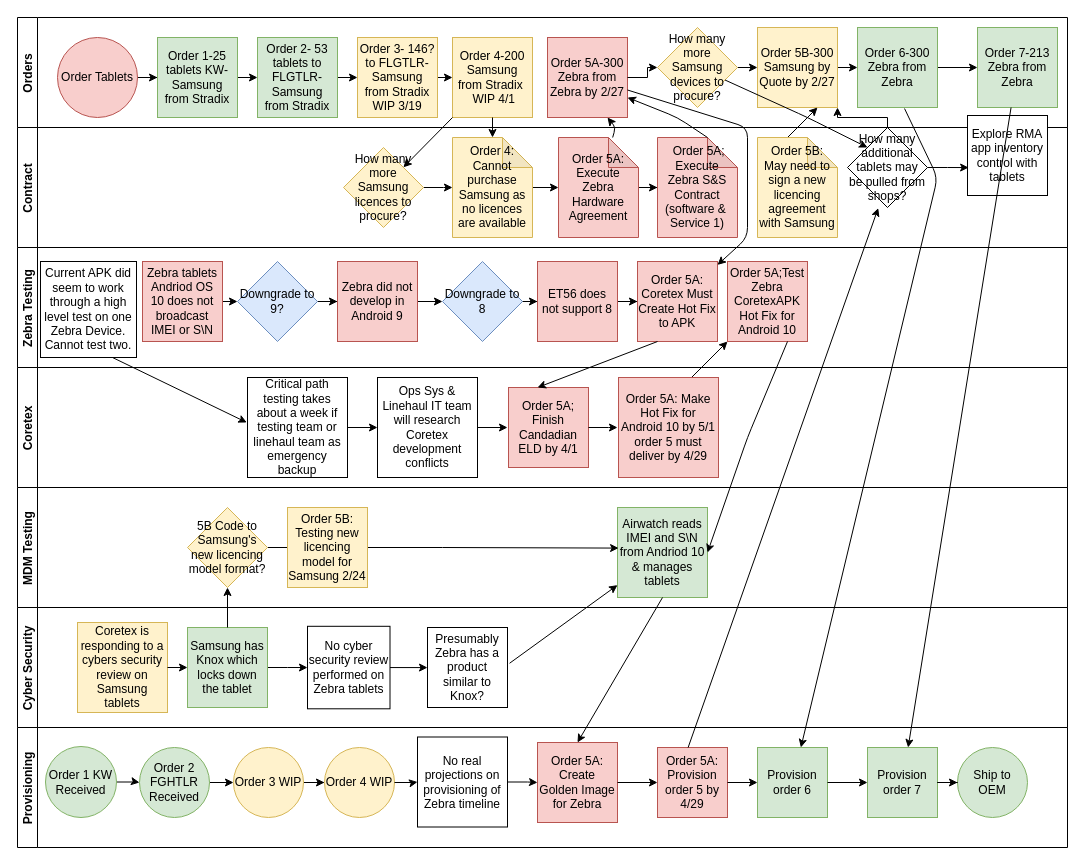
Above: Tablet Orders.drawio in RustyTruck/plc4trucksduck (draw.io), before the change. Source tidied: cells renumbered, new cells numbered last; positions are measured from the earlier drawing's top-left corner, leaving out a move shared by most shapes. Both pictures are drawn from the tidied source at 100%, with x=0, y=0 at pixel (17, 17).
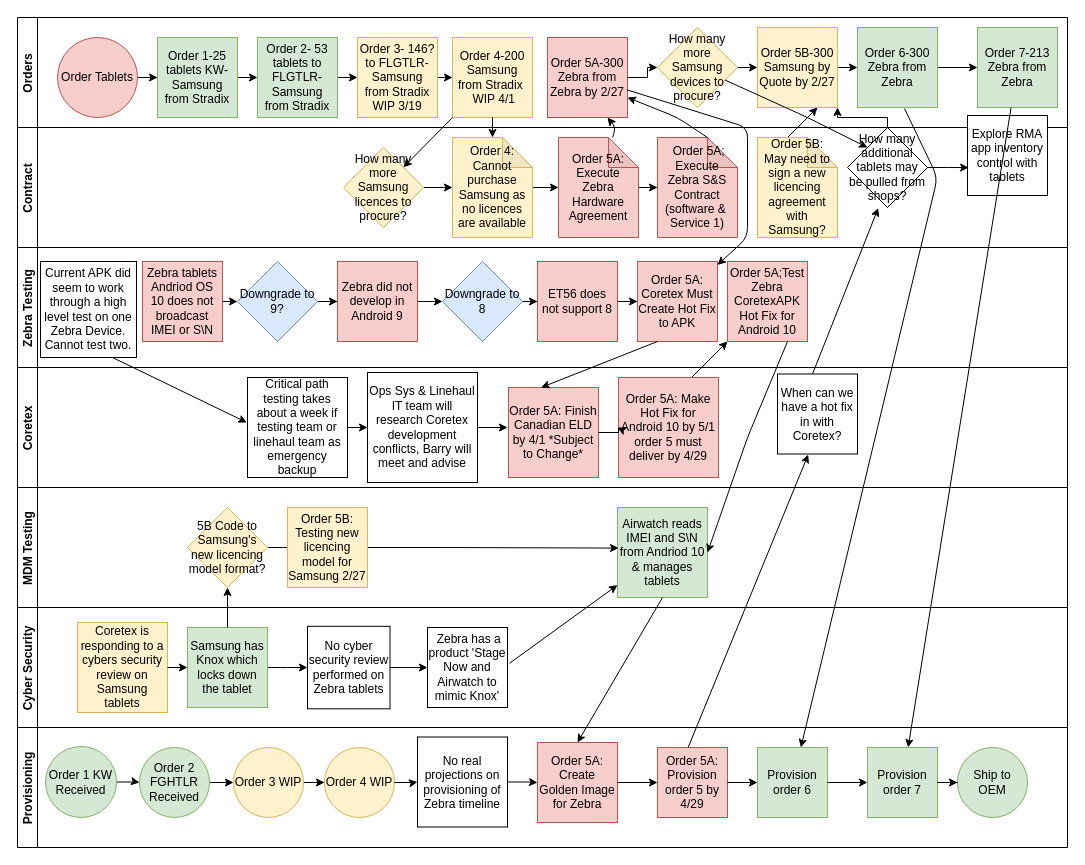
Above is the later version.

Unchanged cells that the change refers to:
```xml
<mxCell id="37" value="Contract" style="swimlane;startSize=20;horizontal=0;rounded=0;" parent="1" vertex="1">
  <mxGeometry y="110" width="1050" height="120" as="geometry" />
</mxCell>
<mxCell id="47" value="How many additional tablets may be pulled from shops?" style="rhombus;whiteSpace=wrap;html=1;" parent="37" vertex="1">
  <mxGeometry x="830" width="80" height="80" as="geometry" />
</mxCell>
<mxCell id="50" value="Coretex" style="swimlane;startSize=20;horizontal=0;rounded=0;swimlaneLine=1;" parent="1" vertex="1">
  <mxGeometry y="350" width="1050" height="120" as="geometry" />
</mxCell>
<mxCell id="56" value="Cyber Security" style="swimlane;startSize=20;horizontal=0;" parent="1" vertex="1">
  <mxGeometry y="590" width="1050" height="120" as="geometry" />
</mxCell>
<mxCell id="64" value="MDM Testing" style="swimlane;startSize=20;horizontal=0;" parent="1" vertex="1">
  <mxGeometry y="470" width="1050" height="120" as="geometry" />
</mxCell>
<mxCell id="78" value="Order 5A: Provision order 5 by 4/29" style="whiteSpace=wrap;html=1;rounded=0;fillColor=#f8cecc;strokeColor=#b85450;" parent="76" vertex="1">
  <mxGeometry x="640" y="20" width="70" height="70" as="geometry" />
</mxCell>
```

Change to the diagram source:
```diff
@@
-    <mxCell id="48" value="Order 5B: May need to sign a new licencing agreement with Samsung" style="shape=note;whiteSpace=wrap;html=1;backgroundOutline=1;darkOpacity=0.05;rounded=0;fillColor=#fff2cc;strokeColor=#d6b656;" parent="37" vertex="1">
+    <mxCell id="48" value="Order 5B: May need to sign a new licencing agreement with Samsung?" style="shape=note;whiteSpace=wrap;html=1;backgroundOutline=1;darkOpacity=0.05;rounded=0;fillColor=#fff2cc;strokeColor=#d6b656;" parent="37" vertex="1">
       <mxGeometry x="740" y="10" width="80" height="100" as="geometry" />
     </mxCell>
@@
-    <mxCell id="51" value="Order 5A; Finish Candadian ELD by 4/1" style="whiteSpace=wrap;html=1;rounded=0;fillColor=#f8cecc;strokeColor=#b85450;" parent="50" vertex="1">
-      <mxGeometry x="491" y="20" width="80" height="80" as="geometry" />
+    <mxCell id="51" value="Order 5A: Finish Canadian ELD by 4/1 *Subject to Change*" style="whiteSpace=wrap;html=1;rounded=0;fillColor=#f8cecc;strokeColor=#b85450;" parent="50" vertex="1">
+      <mxGeometry x="491" y="20" width="90" height="90" as="geometry" />
     </mxCell>
@@
-    <mxCell id="55" value="Ops Sys &amp;amp; Linehaul IT team will research Coretex development conflicts" style="whiteSpace=wrap;html=1;" parent="50" vertex="1">
-      <mxGeometry x="360" y="10" width="100" height="100" as="geometry" />
+    <mxCell id="55" value="Ops Sys &amp;amp; Linehaul IT team will research Coretex development conflicts, Barry will meet and advise" style="whiteSpace=wrap;html=1;" parent="50" vertex="1">
+      <mxGeometry x="350" y="5" width="110" height="110" as="geometry" />
     </mxCell>
+    <mxCell id="106" value="When can we have a hot fix in with Coretex?" style="whiteSpace=wrap;html=1;" parent="50" vertex="1">
+      <mxGeometry x="760" y="6.5" width="80" height="80" as="geometry" />
+    </mxCell>
@@
-    <mxCell id="60" value="Presumably Zebra has a product similar to Knox?" style="whiteSpace=wrap;html=1;" parent="56" vertex="1">
+    <mxCell id="60" value="&amp;nbsp;Zebra has a product 'Stage Now and Airwatch to mimic Knox'" style="whiteSpace=wrap;html=1;" parent="56" vertex="1">
       <mxGeometry x="410" y="20" width="80" height="80" as="geometry" />
     </mxCell>
@@
-    <mxCell id="68" value="Order 5B: Testing new licencing model for Samsung 2/24" style="whiteSpace=wrap;html=1;fillColor=#fff2cc;strokeColor=#d6b656;" parent="64" vertex="1">
+    <mxCell id="68" value="Order 5B: Testing new licencing model for Samsung 2/27" style="whiteSpace=wrap;html=1;fillColor=#fff2cc;strokeColor=#d6b656;" parent="64" vertex="1">
       <mxGeometry x="270" y="20" width="80" height="80" as="geometry" />
     </mxCell>
@@
-    <mxCell id="105" style="endArrow=classic;html=1;exitX=0.437;exitY=0.002;exitDx=0;exitDy=0;exitPerimeter=0;entryX=0.384;entryY=1.007;entryDx=0;entryDy=0;entryPerimeter=0;" parent="1" edge="1" source="78" target="47">
+    <mxCell id="105" style="endArrow=classic;html=1;exitX=0.437;exitY=0.002;exitDx=0;exitDy=0;exitPerimeter=0;entryX=0.384;entryY=1.007;entryDx=0;entryDy=0;entryPerimeter=0;" parent="1" edge="1" source="106" target="47">
       <mxGeometry relative="1" as="geometry" />
     </mxCell>
+    <mxCell id="107" style="endArrow=classic;html=1;exitX=0.437;exitY=0.002;exitDx=0;exitDy=0;exitPerimeter=0;entryX=0.384;entryY=1.007;entryDx=0;entryDy=0;entryPerimeter=0;" parent="1" edge="1" source="78" target="106">
+      <mxGeometry relative="1" as="geometry" />
+    </mxCell>
```
